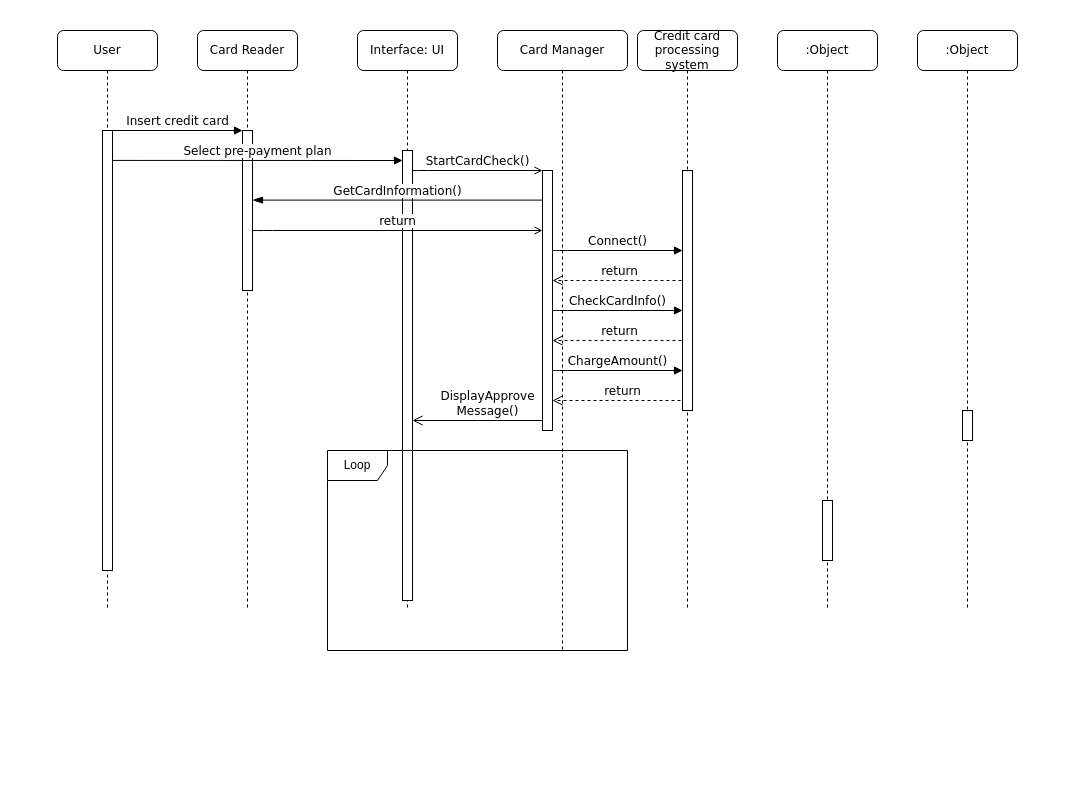
Earlier version of the draw.io diagram Sequence_Model.drawio (critschris/COMP-354). Source tidied: cells renumbered, new cells numbered last; positions are measured from the earlier drawing's top-left corner, leaving out a move shared by most shapes. Both pictures are drawn from the tidied source at 100%, with x=0, y=0 at pixel (57, 30).
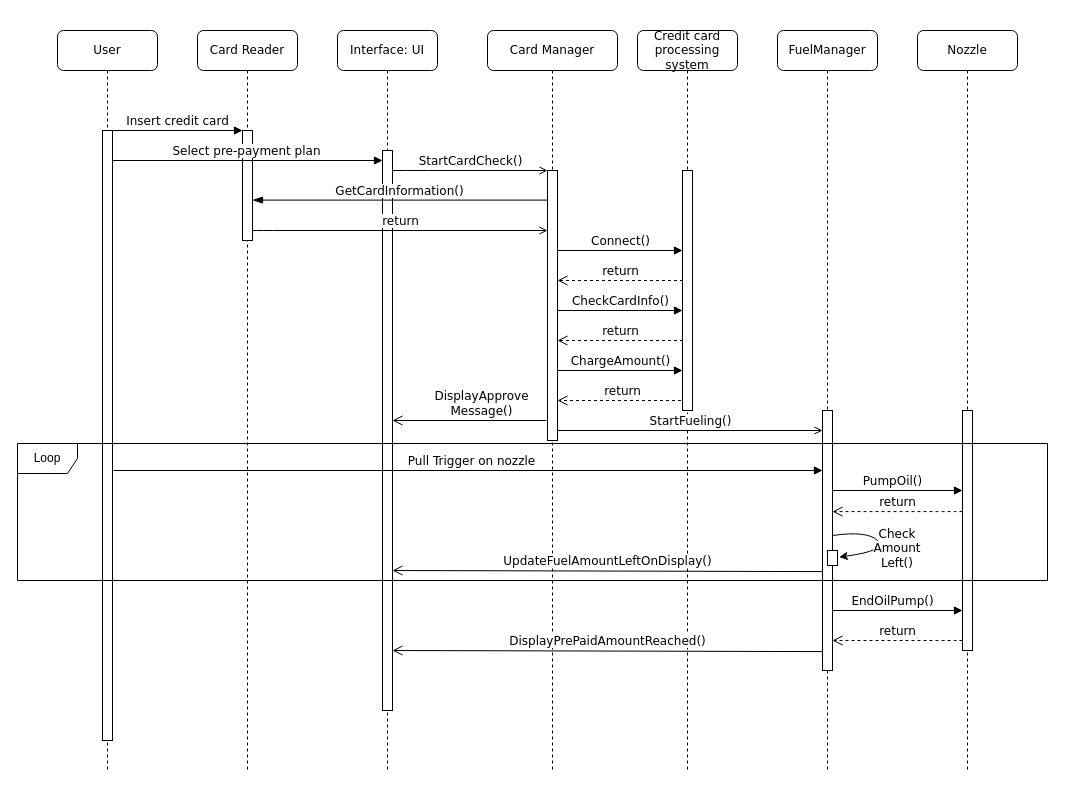
Above is the later version.

The edit, as a diff of the source:
```diff
@@
+    <mxCell id="29" value="&lt;span style=&quot;background-color: light-dark(#ffffff, var(--ge-dark-color, #121212));&quot;&gt;PumpOil()&lt;/span&gt;" style="html=1;verticalAlign=bottom;endArrow=block;labelBackgroundColor=none;fontFamily=Verdana;fontSize=12;elbow=vertical;endFill=1;sourcePerimeterSpacing=0;targetPerimeterSpacing=0;endSize=6;" parent="1" edge="1">
+      <mxGeometry relative="1" as="geometry">
+        <mxPoint x="765" y="460" as="sourcePoint" />
+        <mxPoint x="905" y="460" as="targetPoint" />
+      </mxGeometry>
+    </mxCell>
     <mxCell id="2" value="Card Reader" style="shape=umlLifeline;perimeter=lifelinePerimeter;whiteSpace=wrap;html=1;rounded=1;shadow=0;comic=0;labelBackgroundColor=none;strokeWidth=1;fontFamily=Verdana;fontSize=12;align=center;" parent="1" vertex="1">
-      <mxGeometry x="140" width="100" height="580" as="geometry" />
+      <mxGeometry x="140" width="100" height="740" as="geometry" />
     </mxCell>
     <mxCell id="3" style="html=1;points=[];perimeter=orthogonalPerimeter;rounded=0;shadow=0;comic=0;labelBackgroundColor=none;strokeWidth=1;fontFamily=Verdana;fontSize=12;align=center;" parent="2" vertex="1">
-      <mxGeometry x="45" y="100" width="10" height="160" as="geometry" />
+      <mxGeometry x="45" y="100" width="10" height="110" as="geometry" />
     </mxCell>
-    <mxCell id="4" value="&lt;span style=&quot;background-color: light-dark(#ffffff, var(--ge-dark-color, #121212));&quot;&gt;Select pre-payment plan&lt;/span&gt;" style="html=1;verticalAlign=bottom;endArrow=block;entryX=0;entryY=0;labelBackgroundColor=none;fontFamily=Verdana;fontSize=12;edgeStyle=elbowEdgeStyle;elbow=vertical;exitX=0.7;exitY=0.068;exitDx=0;exitDy=0;exitPerimeter=0;" parent="2" edge="1" source="18">
+    <mxCell id="4" value="&lt;span style=&quot;background-color: light-dark(#ffffff, var(--ge-dark-color, #121212));&quot;&gt;Select pre-payment plan&lt;/span&gt;" style="html=1;verticalAlign=bottom;endArrow=block;labelBackgroundColor=none;fontFamily=Verdana;fontSize=12;elbow=vertical;targetPerimeterSpacing=0;" parent="2" edge="1" source="17">
       <mxGeometry x="0.01" relative="1" as="geometry">
-        <mxPoint x="205" y="130" as="targetPoint" />
+        <mxPoint x="185" y="130" as="targetPoint" />
       </mxGeometry>
     </mxCell>
     <mxCell id="5" value="Interface: UI" style="shape=umlLifeline;perimeter=lifelinePerimeter;whiteSpace=wrap;html=1;rounded=1;shadow=0;comic=0;labelBackgroundColor=none;strokeWidth=1;fontFamily=Verdana;fontSize=12;align=center;" parent="1" vertex="1">
-      <mxGeometry x="300" width="100" height="580" as="geometry" />
+      <mxGeometry x="280" width="100" height="740" as="geometry" />
     </mxCell>
     <mxCell id="6" style="html=1;points=[];perimeter=orthogonalPerimeter;rounded=0;shadow=0;comic=0;labelBackgroundColor=none;strokeWidth=1;fontFamily=Verdana;fontSize=12;align=center;" parent="5" vertex="1">
-      <mxGeometry x="45" y="120" width="10" height="450" as="geometry" />
+      <mxGeometry x="45" y="120" width="10" height="560" as="geometry" />
     </mxCell>
     <mxCell id="7" value="&lt;p&gt;Card Manager&lt;/p&gt;" style="shape=umlLifeline;perimeter=lifelinePerimeter;whiteSpace=wrap;html=1;rounded=1;shadow=0;comic=0;labelBackgroundColor=none;strokeWidth=1;fontFamily=Verdana;fontSize=12;align=center;" parent="1" vertex="1">
-      <mxGeometry x="440" width="130" height="620" as="geometry" />
+      <mxGeometry x="430" width="130" height="740" as="geometry" />
     </mxCell>
-    <mxCell id="8" value="&lt;span style=&quot;background-color: light-dark(#ffffff, var(--ge-dark-color, #121212));&quot;&gt;return&lt;/span&gt;" style="html=1;verticalAlign=bottom;endArrow=open;endSize=8;labelBackgroundColor=none;fontFamily=Verdana;fontSize=12;edgeStyle=elbowEdgeStyle;elbow=vertical;dashed=1;" parent="7" edge="1">
-      <mxGeometry relative="1" as="geometry">
-        <mxPoint x="190" y="250" as="sourcePoint" />
-        <mxPoint x="55" y="250" as="targetPoint" />
-        <Array as="points">
-          <mxPoint x="165" y="250" />
-        </Array>
-      </mxGeometry>
-    </mxCell>
-    <mxCell id="9" value="Loop" style="shape=umlFrame;whiteSpace=wrap;html=1;" parent="7" vertex="1">
-      <mxGeometry x="-170" y="420" width="300" height="200" as="geometry" />
-    </mxCell>
+    <mxCell id="19" style="html=1;points=[];perimeter=orthogonalPerimeter;rounded=0;shadow=0;comic=0;labelBackgroundColor=none;strokeWidth=1;fontFamily=Verdana;fontSize=12;align=center;" parent="7" vertex="1">
+      <mxGeometry x="60" y="140" width="10" height="270" as="geometry" />
+    </mxCell>
+    <mxCell id="26" value="Connect()" style="html=1;verticalAlign=bottom;endArrow=block;labelBackgroundColor=none;fontFamily=Verdana;fontSize=12;edgeStyle=elbowEdgeStyle;elbow=vertical;targetPerimeterSpacing=1;" parent="7" edge="1">
+      <mxGeometry relative="1" as="geometry">
+        <mxPoint x="70" y="220" as="sourcePoint" />
+        <mxPoint x="195" y="220" as="targetPoint" />
+      </mxGeometry>
+    </mxCell>
+    <mxCell id="13" value="&lt;span style=&quot;background-color: light-dark(#ffffff, var(--ge-dark-color, #121212));&quot;&gt;return&lt;/span&gt;" style="html=1;verticalAlign=bottom;endArrow=open;endSize=8;labelBackgroundColor=none;fontFamily=Verdana;fontSize=12;edgeStyle=elbowEdgeStyle;elbow=vertical;dashed=1;" parent="7" edge="1" source="10">
+      <mxGeometry relative="1" as="geometry">
+        <mxPoint x="70" y="370" as="targetPoint" />
+        <Array as="points">
+          <mxPoint x="185" y="370" />
+        </Array>
+      </mxGeometry>
+    </mxCell>
     <mxCell id="10" value="&lt;p&gt;&lt;font&gt;&lt;span style=&quot;&quot; lang=&quot;EN-US&quot;&gt;Credit card&lt;br&gt;&lt;/span&gt;&lt;span style=&quot;&quot; lang=&quot;EN-US&quot;&gt;processing system&lt;/span&gt;&lt;/font&gt;&lt;/p&gt;" style="shape=umlLifeline;perimeter=lifelinePerimeter;whiteSpace=wrap;html=1;outlineConnect=0;rounded=1;shadow=0;comic=0;labelBackgroundColor=none;strokeWidth=1;fontFamily=Verdana;fontSize=12;align=center;" parent="1" vertex="1">
-      <mxGeometry x="580" width="100" height="580" as="geometry" />
+      <mxGeometry x="580" width="100" height="740" as="geometry" />
     </mxCell>
     <mxCell id="11" value="CheckCardInfo()" style="html=1;verticalAlign=bottom;endArrow=block;labelBackgroundColor=none;fontFamily=Verdana;fontSize=12;edgeStyle=elbowEdgeStyle;elbow=vertical;" parent="10" edge="1">
       <mxGeometry relative="1" as="geometry">
-        <mxPoint x="-85" y="280" as="sourcePoint" />
+        <mxPoint x="-80" y="280" as="sourcePoint" />
         <mxPoint x="45" y="280" as="targetPoint" />
-        <Array as="points">
-          <mxPoint x="-80" y="280" />
-        </Array>
       </mxGeometry>
     </mxCell>
-    <mxCell id="12" value="&lt;span style=&quot;background-color: light-dark(#ffffff, var(--ge-dark-color, #121212));&quot;&gt;return&lt;/span&gt;" style="html=1;verticalAlign=bottom;endArrow=open;endSize=8;labelBackgroundColor=none;fontFamily=Verdana;fontSize=12;edgeStyle=elbowEdgeStyle;elbow=vertical;dashed=1;" parent="10" edge="1">
-      <mxGeometry relative="1" as="geometry">
-        <mxPoint x="50" y="310" as="sourcePoint" />
-        <mxPoint x="-85" y="310" as="targetPoint" />
-        <Array as="points">
-          <mxPoint x="25" y="310" />
-        </Array>
-      </mxGeometry>
-    </mxCell>
-    <mxCell id="13" value="&lt;span style=&quot;background-color: light-dark(#ffffff, var(--ge-dark-color, #121212));&quot;&gt;return&lt;/span&gt;" style="html=1;verticalAlign=bottom;endArrow=open;endSize=8;labelBackgroundColor=none;fontFamily=Verdana;fontSize=12;edgeStyle=elbowEdgeStyle;elbow=vertical;dashed=1;" parent="10" edge="1">
-      <mxGeometry relative="1" as="geometry">
-        <mxPoint x="55" y="370" as="sourcePoint" />
-        <mxPoint x="-85" y="370" as="targetPoint" />
-        <Array as="points">
-          <mxPoint x="30" y="370" />
-        </Array>
-      </mxGeometry>
-    </mxCell>
+    <mxCell id="30" value="&lt;span style=&quot;background-color: light-dark(#ffffff, var(--ge-dark-color, #121212));&quot;&gt;StartFueling()&lt;/span&gt;" style="html=1;verticalAlign=bottom;endArrow=open;labelBackgroundColor=none;fontFamily=Verdana;fontSize=12;elbow=vertical;endFill=0;sourcePerimeterSpacing=0;targetPerimeterSpacing=0;endSize=6;" parent="10" edge="1">
+      <mxGeometry relative="1" as="geometry">
+        <mxPoint x="-80" y="400" as="sourcePoint" />
+        <mxPoint x="185" y="400" as="targetPoint" />
+      </mxGeometry>
+    </mxCell>
+    <mxCell id="31" value="&lt;span style=&quot;background-color: light-dark(#ffffff, var(--ge-dark-color, #121212));&quot;&gt;return&lt;/span&gt;" style="html=1;verticalAlign=bottom;endArrow=open;endSize=8;labelBackgroundColor=none;fontFamily=Verdana;fontSize=12;elbow=vertical;dashed=1;" parent="10" edge="1">
+      <mxGeometry relative="1" as="geometry">
+        <mxPoint x="45.5" y="310" as="sourcePoint" />
+        <mxPoint x="-80" y="310" as="targetPoint" />
+      </mxGeometry>
+    </mxCell>
-    <mxCell id="14" value=":Object" style="shape=umlLifeline;perimeter=lifelinePerimeter;whiteSpace=wrap;html=1;rounded=1;shadow=0;comic=0;labelBackgroundColor=none;strokeWidth=1;fontFamily=Verdana;fontSize=12;align=center;" parent="1" vertex="1">
-      <mxGeometry x="720" width="100" height="580" as="geometry" />
+    <mxCell id="14" value="FuelManager" style="shape=umlLifeline;perimeter=lifelinePerimeter;whiteSpace=wrap;html=1;rounded=1;shadow=0;comic=0;labelBackgroundColor=none;strokeWidth=1;fontFamily=Verdana;fontSize=12;align=center;" parent="1" vertex="1">
+      <mxGeometry x="720" width="100" height="740" as="geometry" />
     </mxCell>
+    <mxCell id="32" value="&lt;span style=&quot;background-color: light-dark(#ffffff, var(--ge-dark-color, #121212));&quot;&gt;EndOilPump()&lt;/span&gt;" style="html=1;verticalAlign=bottom;endArrow=block;labelBackgroundColor=none;fontFamily=Verdana;fontSize=12;elbow=vertical;endFill=1;sourcePerimeterSpacing=0;targetPerimeterSpacing=0;endSize=6;" parent="14" edge="1">
+      <mxGeometry relative="1" as="geometry">
+        <mxPoint x="45" y="580" as="sourcePoint" />
+        <mxPoint x="185" y="580" as="targetPoint" />
+      </mxGeometry>
+    </mxCell>
     <mxCell id="15" style="html=1;perimeter=orthogonalPerimeter;rounded=0;shadow=0;comic=0;labelBackgroundColor=none;strokeWidth=1;fontFamily=Verdana;fontSize=12;align=center;" parent="14" vertex="1">
-      <mxGeometry x="45" y="470" width="10" height="60" as="geometry" />
+      <mxGeometry x="45" y="380" width="10" height="260" as="geometry" />
     </mxCell>
-    <mxCell id="16" value=":Object" style="shape=umlLifeline;perimeter=lifelinePerimeter;whiteSpace=wrap;html=1;rounded=1;shadow=0;comic=0;labelBackgroundColor=none;strokeWidth=1;fontFamily=Verdana;fontSize=12;align=center;" parent="1" vertex="1">
-      <mxGeometry x="860" width="100" height="580" as="geometry" />
+    <mxCell id="16" value="Nozzle" style="shape=umlLifeline;perimeter=lifelinePerimeter;whiteSpace=wrap;html=1;rounded=1;shadow=0;comic=0;labelBackgroundColor=none;strokeWidth=1;fontFamily=Verdana;fontSize=12;align=center;" parent="1" vertex="1">
+      <mxGeometry x="860" width="100" height="740" as="geometry" />
     </mxCell>
+    <mxCell id="33" value="&lt;span style=&quot;background-color: light-dark(#ffffff, var(--ge-dark-color, #121212));&quot;&gt;return&lt;/span&gt;" style="html=1;verticalAlign=bottom;endArrow=open;endSize=8;labelBackgroundColor=none;fontFamily=Verdana;fontSize=12;edgeStyle=elbowEdgeStyle;elbow=vertical;dashed=1;" parent="16" edge="1">
+      <mxGeometry relative="1" as="geometry">
+        <mxPoint x="45" y="610" as="sourcePoint" />
+        <mxPoint x="-85" y="610" as="targetPoint" />
+        <Array as="points">
+          <mxPoint x="30" y="610" />
+        </Array>
+      </mxGeometry>
+    </mxCell>
     <mxCell id="17" value="User" style="shape=umlLifeline;perimeter=lifelinePerimeter;whiteSpace=wrap;html=1;outlineConnect=0;rounded=1;shadow=0;comic=0;labelBackgroundColor=none;strokeWidth=1;fontFamily=Verdana;fontSize=12;align=center;" parent="1" vertex="1">
-      <mxGeometry width="100" height="580" as="geometry" />
+      <mxGeometry width="100" height="740" as="geometry" />
     </mxCell>
     <mxCell id="18" style="html=1;points=[];perimeter=orthogonalPerimeter;rounded=0;shadow=0;comic=0;labelBackgroundColor=none;strokeWidth=1;fontFamily=Verdana;fontSize=12;align=center;" parent="17" vertex="1">
-      <mxGeometry x="45" y="100" width="10" height="440" as="geometry" />
+      <mxGeometry x="45" y="100" width="10" height="610" as="geometry" />
     </mxCell>
-    <mxCell id="19" style="html=1;points=[];perimeter=orthogonalPerimeter;rounded=0;shadow=0;comic=0;labelBackgroundColor=none;strokeWidth=1;fontFamily=Verdana;fontSize=12;align=center;" parent="1" vertex="1">
-      <mxGeometry x="485" y="140" width="10" height="260" as="geometry" />
-    </mxCell>
@@
     <mxCell id="22" style="html=1;perimeter=orthogonalPerimeter;rounded=0;shadow=0;comic=0;labelBackgroundColor=none;strokeColor=#000000;strokeWidth=1;fillColor=#FFFFFF;fontFamily=Verdana;fontSize=12;fontColor=#000000;align=center;" parent="1" vertex="1">
-      <mxGeometry x="905" y="380" width="10" height="30" as="geometry" />
+      <mxGeometry x="905" y="380" width="10" height="240" as="geometry" />
     </mxCell>
@@
     <mxCell id="24" value="&lt;span style=&quot;background-color: light-dark(#ffffff, var(--ge-dark-color, #121212));&quot;&gt;GetCardInformation()&lt;/span&gt;" style="html=1;verticalAlign=bottom;endArrow=blockThin;endSize=8;labelBackgroundColor=none;fontFamily=Verdana;fontSize=12;edgeStyle=elbowEdgeStyle;elbow=vertical;endFill=1;" parent="1" edge="1">
       <mxGeometry relative="1" as="geometry">
-        <mxPoint x="485" y="169.6" as="sourcePoint" />
+        <mxPoint x="490" y="169.6" as="sourcePoint" />
         <mxPoint x="195" y="170" as="targetPoint" />
         <Array as="points">
           <mxPoint x="430" y="169.6" />
           <mxPoint x="460" y="169.6" />
         </Array>
       </mxGeometry>
     </mxCell>
     <mxCell id="25" value="&lt;span style=&quot;background-color: rgb(255, 255, 255);&quot;&gt;return&lt;/span&gt;" style="html=1;verticalAlign=bottom;endArrow=open;labelBackgroundColor=none;fontFamily=Verdana;fontSize=12;edgeStyle=elbowEdgeStyle;elbow=vertical;endFill=0;" parent="1" edge="1">
       <mxGeometry relative="1" as="geometry">
         <mxPoint x="195" y="200" as="sourcePoint" />
-        <mxPoint x="485" y="200" as="targetPoint" />
+        <mxPoint x="490" y="200" as="targetPoint" />
         <Array as="points">
           <mxPoint x="205" y="200" />
         </Array>
       </mxGeometry>
     </mxCell>
-    <mxCell id="26" value="Connect()" style="html=1;verticalAlign=bottom;endArrow=block;labelBackgroundColor=none;fontFamily=Verdana;fontSize=12;edgeStyle=elbowEdgeStyle;elbow=vertical;" parent="1" edge="1">
-      <mxGeometry relative="1" as="geometry">
-        <mxPoint x="495" y="220" as="sourcePoint" />
-        <mxPoint x="625" y="220" as="targetPoint" />
-        <Array as="points">
-          <mxPoint x="500" y="220" />
-        </Array>
-      </mxGeometry>
-    </mxCell>
-    <mxCell id="27" value="ChargeAmount()" style="html=1;verticalAlign=bottom;endArrow=block;labelBackgroundColor=none;fontFamily=Verdana;fontSize=12;edgeStyle=elbowEdgeStyle;elbow=vertical;" parent="1" edge="1">
+    <mxCell id="27" value="ChargeAmount()" style="html=1;verticalAlign=bottom;endArrow=block;labelBackgroundColor=none;fontFamily=Verdana;fontSize=12;elbow=vertical;" parent="1" edge="1">
       <mxGeometry relative="1" as="geometry">
-        <mxPoint x="495" y="340" as="sourcePoint" />
+        <mxPoint x="500" y="340" as="sourcePoint" />
         <mxPoint x="625" y="340" as="targetPoint" />
-        <Array as="points">
-          <mxPoint x="500" y="340" />
-        </Array>
       </mxGeometry>
     </mxCell>
-    <mxCell id="28" value="&lt;span style=&quot;background-color: rgb(255, 255, 255);&quot;&gt;DisplayApprove&lt;/span&gt;&lt;div&gt;&lt;span style=&quot;background-color: rgb(255, 255, 255);&quot;&gt;Message()&lt;/span&gt;&lt;/div&gt;" style="html=1;verticalAlign=bottom;endArrow=open;endSize=8;labelBackgroundColor=none;fontFamily=Verdana;fontSize=12;edgeStyle=elbowEdgeStyle;elbow=vertical;endFill=0;" parent="1" edge="1">
+    <mxCell id="28" value="&lt;span style=&quot;background-color: rgb(255, 255, 255);&quot;&gt;DisplayApprove&lt;/span&gt;&lt;div&gt;&lt;span style=&quot;background-color: rgb(255, 255, 255);&quot;&gt;Message()&lt;/span&gt;&lt;/div&gt;" style="html=1;verticalAlign=bottom;endArrow=open;endSize=8;labelBackgroundColor=none;fontFamily=Verdana;fontSize=12;elbow=vertical;endFill=0;" parent="1" edge="1">
       <mxGeometry x="-0.15" relative="1" as="geometry">
-        <mxPoint x="485" y="390" as="sourcePoint" />
-        <mxPoint x="355" y="390" as="targetPoint" />
-        <Array as="points">
-          <mxPoint x="430" y="390" />
-          <mxPoint x="460" y="390" />
-        </Array>
+        <mxPoint x="489" y="390" as="sourcePoint" />
+        <mxPoint x="335" y="390" as="targetPoint" />
       </mxGeometry>
     </mxCell>
+    <mxCell id="8" value="&lt;span style=&quot;background-color: light-dark(#ffffff, var(--ge-dark-color, #121212));&quot;&gt;return&lt;/span&gt;" style="html=1;verticalAlign=bottom;endArrow=open;endSize=8;labelBackgroundColor=none;fontFamily=Verdana;fontSize=12;elbow=vertical;dashed=1;" parent="1" edge="1">
+      <mxGeometry relative="1" as="geometry">
+        <mxPoint x="625.5" y="250" as="sourcePoint" />
+        <mxPoint x="500" y="250" as="targetPoint" />
+      </mxGeometry>
+    </mxCell>
+    <mxCell id="9" value="Loop" style="shape=umlFrame;whiteSpace=wrap;html=1;" parent="1" vertex="1">
+      <mxGeometry x="-40" y="413" width="1030" height="137" as="geometry" />
+    </mxCell>
+    <mxCell id="34" value="&lt;span style=&quot;background-color: light-dark(#ffffff, var(--ge-dark-color, #121212));&quot;&gt;Pull Trigger on nozzle&lt;/span&gt;" style="html=1;verticalAlign=bottom;endArrow=block;labelBackgroundColor=none;fontFamily=Verdana;fontSize=12;elbow=vertical;exitX=0.7;exitY=0.068;exitDx=0;exitDy=0;exitPerimeter=0;targetPerimeterSpacing=0;" parent="1" edge="1">
+      <mxGeometry x="0.01" relative="1" as="geometry">
+        <mxPoint x="56" y="440" as="sourcePoint" />
+        <mxPoint x="765" y="440" as="targetPoint" />
+      </mxGeometry>
+    </mxCell>
+    <mxCell id="35" value="&lt;span style=&quot;background-color: rgb(255, 255, 255);&quot;&gt;UpdateFuelAmountLeftOnDisplay()&lt;/span&gt;" style="html=1;verticalAlign=bottom;endArrow=open;endSize=8;labelBackgroundColor=none;fontFamily=Verdana;fontSize=12;elbow=vertical;endFill=0;" parent="1" edge="1">
+      <mxGeometry y="-1" relative="1" as="geometry">
+        <mxPoint x="765" y="541.1" as="sourcePoint" />
+        <mxPoint x="335" y="540" as="targetPoint" />
+      </mxGeometry>
+    </mxCell>
+    <mxCell id="36" style="html=1;points=[];perimeter=orthogonalPerimeter;rounded=0;shadow=0;comic=0;labelBackgroundColor=none;strokeWidth=1;fontFamily=Verdana;fontSize=12;align=center;" parent="1" vertex="1">
+      <mxGeometry x="770" y="520" width="10" height="15" as="geometry" />
+    </mxCell>
+    <mxCell id="37" style="curved=1;endArrow=classic;html=1;rounded=0;entryX=1.167;entryY=0.44;entryDx=0;entryDy=0;entryPerimeter=0;" parent="1" edge="1" target="36">
+      <mxGeometry relative="1" as="geometry">
+        <mxPoint x="775" y="505" as="sourcePoint" />
+        <Array as="points">
+          <mxPoint x="810" y="500" />
+          <mxPoint x="830" y="520" />
+        </Array>
+      </mxGeometry>
+    </mxCell>
+    <mxCell id="38" value="&lt;span style=&quot;color: rgb(0, 0, 0); font-family: Verdana; font-size: 12px; font-style: normal; font-variant-ligatures: normal; font-variant-caps: normal; font-weight: 400; letter-spacing: normal; orphans: 2; text-indent: 0px; text-transform: none; widows: 2; word-spacing: 0px; -webkit-text-stroke-width: 0px; white-space: nowrap; background-color: rgb(255, 255, 255); text-decoration-thickness: initial; text-decoration-style: initial; text-decoration-color: initial; float: none; display: inline !important;&quot;&gt;Check&lt;/span&gt;&lt;div&gt;&lt;span style=&quot;color: rgb(0, 0, 0); font-family: Verdana; font-size: 12px; font-style: normal; font-variant-ligatures: normal; font-variant-caps: normal; font-weight: 400; letter-spacing: normal; orphans: 2; text-indent: 0px; text-transform: none; widows: 2; word-spacing: 0px; -webkit-text-stroke-width: 0px; white-space: nowrap; background-color: rgb(255, 255, 255); text-decoration-thickness: initial; text-decoration-style: initial; text-decoration-color: initial; float: none; display: inline !important;&quot;&gt;Amount&lt;/span&gt;&lt;div style=&quot;&quot;&gt;&lt;span style=&quot;color: rgb(0, 0, 0); font-family: Verdana; font-size: 12px; font-style: normal; font-variant-ligatures: normal; font-variant-caps: normal; font-weight: 400; letter-spacing: normal; orphans: 2; text-indent: 0px; text-transform: none; widows: 2; word-spacing: 0px; -webkit-text-stroke-width: 0px; white-space: nowrap; background-color: rgb(255, 255, 255); text-decoration-thickness: initial; text-decoration-style: initial; text-decoration-color: initial; float: none; display: inline !important;&quot;&gt;Left()&lt;/span&gt;&lt;/div&gt;&lt;/div&gt;" style="text;whiteSpace=wrap;html=1;align=center;verticalAlign=middle;" parent="1" vertex="1">
+      <mxGeometry x="810" y="490" width="60" height="55" as="geometry" />
+    </mxCell>
+    <mxCell id="39" value="&lt;span style=&quot;background-color: rgb(255, 255, 255);&quot;&gt;DisplayPrePaidAmountReached()&lt;/span&gt;" style="html=1;verticalAlign=bottom;endArrow=open;endSize=8;labelBackgroundColor=none;fontFamily=Verdana;fontSize=12;elbow=vertical;endFill=0;" parent="1" edge="1">
+      <mxGeometry y="-1" relative="1" as="geometry">
+        <mxPoint x="765" y="621.1" as="sourcePoint" />
+        <mxPoint x="335" y="620" as="targetPoint" />
+      </mxGeometry>
+    </mxCell>
+    <mxCell id="40" value="&lt;span style=&quot;background-color: light-dark(#ffffff, var(--ge-dark-color, #121212));&quot;&gt;return&lt;/span&gt;" style="html=1;verticalAlign=bottom;endArrow=open;endSize=8;labelBackgroundColor=none;fontFamily=Verdana;fontSize=12;edgeStyle=elbowEdgeStyle;elbow=vertical;dashed=1;" parent="1" edge="1">
+      <mxGeometry relative="1" as="geometry">
+        <mxPoint x="905" y="481.1" as="sourcePoint" />
+        <mxPoint x="775" y="481.1" as="targetPoint" />
+        <Array as="points">
+          <mxPoint x="890" y="481.1" />
+        </Array>
+      </mxGeometry>
+    </mxCell>
```
